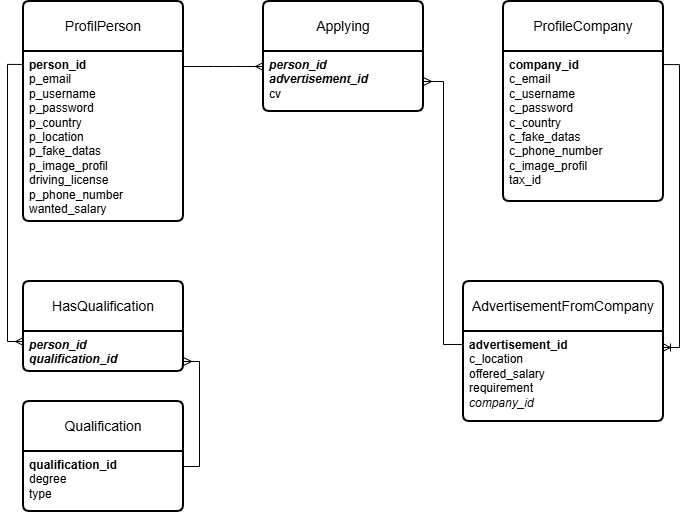
Earlier version of the draw.io export database/Relacios_modell.png (Frici73/project13). Source tidied: cells renumbered, new cells last; positions are measured from the earlier drawing's top-left corner, leaving out a move shared by most shapes.
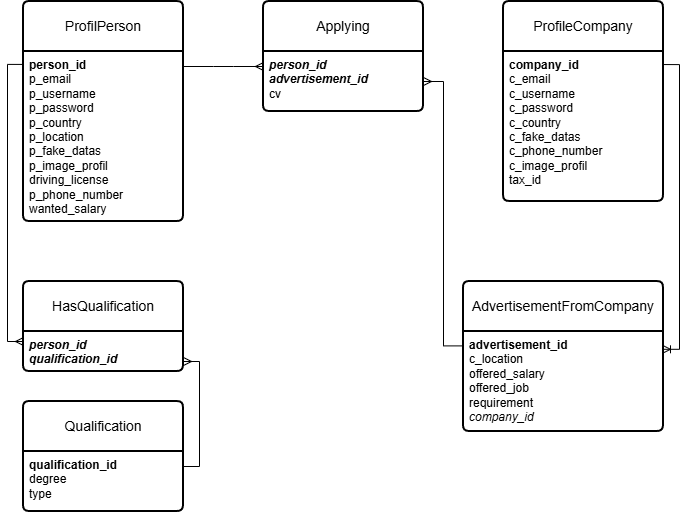
The same file after the commit.

The edit, as a diff of the source:
```diff
@@ -27,11 +27,11 @@
       <mxGeometry y="50" width="160" height="60" as="geometry" />
     </mxCell>
     <mxCell id="10" value="AdvertisementFromCompany" style="swimlane;horizontal=1;startSize=50;rounded=1;fontSize=14;fontStyle=0;strokeWidth=2;shadow=0;dashed=0;align=center;arcSize=4;whiteSpace=wrap;html=1;" parent="1" vertex="1">
-      <mxGeometry x="456" y="280" width="200" height="140" as="geometry" />
+      <mxGeometry x="456" y="280" width="200" height="150" as="geometry" />
     </mxCell>
-    <mxCell id="11" value="&lt;div&gt;&lt;b&gt;advertisement_id&lt;/b&gt;&lt;/div&gt;&lt;div&gt;&lt;span style=&quot;white-space: normal;&quot;&gt;c_location&lt;/span&gt;&lt;/div&gt;&lt;div&gt;offered_salary&lt;/div&gt;&lt;div&gt;requirement&lt;/div&gt;&lt;div&gt;&lt;span style=&quot;white-space: normal;&quot;&gt;&lt;i&gt;company_id&lt;/i&gt;&lt;/span&gt;&lt;/div&gt;" style="align=left;strokeColor=none;fillColor=none;spacingLeft=4;spacingRight=4;fontSize=12;verticalAlign=top;html=1;whiteSpace=wrap;" parent="10" vertex="1">
-      <mxGeometry y="50" width="200" height="90" as="geometry" />
-    </mxCell>
+    <mxCell id="19" value="&lt;div&gt;&lt;b&gt;advertisement_id&lt;/b&gt;&lt;/div&gt;&lt;div&gt;&lt;span style=&quot;white-space: normal;&quot;&gt;c_location&lt;/span&gt;&lt;/div&gt;&lt;div&gt;offered_salary&lt;/div&gt;&lt;div&gt;&lt;span style=&quot;font-size: 12px;&quot;&gt;offered_job&lt;/span&gt;&lt;/div&gt;&lt;div&gt;requirement&lt;/div&gt;&lt;div&gt;&lt;span style=&quot;white-space: normal;&quot;&gt;&lt;i&gt;company_id&lt;/i&gt;&lt;/span&gt;&lt;/div&gt;" style="align=left;strokeColor=none;fillColor=none;spacingLeft=4;spacingRight=4;fontSize=12;verticalAlign=top;html=1;whiteSpace=wrap;" parent="10" vertex="1">
+      <mxGeometry y="50" width="200" height="100" as="geometry" />
+    </mxCell>
     <mxCell id="12" value="HasQualification" style="swimlane;horizontal=1;startSize=50;rounded=1;fontSize=14;fontStyle=0;strokeWidth=2;shadow=0;dashed=0;align=center;arcSize=4;whiteSpace=wrap;html=1;" parent="1" vertex="1">
       <mxGeometry x="16" y="280" width="160" height="90" as="geometry" />
     </mxCell>
@@ -54,26 +54,26 @@
         </Array>
       </mxGeometry>
     </mxCell>
-    <mxCell id="16" style="edgeStyle=entityRelationEdgeStyle;fontSize=12;html=1;endArrow=ERmany;rounded=0;entryX=0;entryY=0.25;entryDx=0;entryDy=0;" parent="1" edge="1" target="5">
-      <mxGeometry relative="1" as="geometry">
-        <mxPoint x="176" y="65" as="sourcePoint" />
-      </mxGeometry>
-    </mxCell>
-    <mxCell id="17" style="edgeStyle=orthogonalEdgeStyle;fontSize=12;html=1;endArrow=ERmany;rounded=0;entryX=1;entryY=0.5;entryDx=0;entryDy=0;exitX=0;exitY=0.144;exitDx=0;exitDy=0;exitPerimeter=0;libavoidRouting=1;" parent="1" edge="1" source="11" target="5">
-      <mxGeometry relative="1" as="geometry">
-        <Array as="points">
-          <mxPoint x="436" y="343" />
-          <mxPoint x="436" y="80" />
-        </Array>
-      </mxGeometry>
-    </mxCell>
-    <mxCell id="18" style="edgeStyle=orthogonalEdgeStyle;fontSize=12;html=1;endArrow=ERoneToMany;rounded=0;exitX=1;exitY=0.087;exitDx=0;exitDy=0;exitPerimeter=0;libavoidRouting=1;entryX=0.995;entryY=0.178;entryDx=0;entryDy=0;entryPerimeter=0;" parent="1" edge="1" source="7" target="11">
-      <mxGeometry x="-0.01" relative="1" as="geometry">
-        <Array as="points">
-          <mxPoint x="672" y="63" />
-          <mxPoint x="672" y="346" />
-        </Array>
-      </mxGeometry>
-    </mxCell>
+    <mxCell id="20" style="edgeStyle=entityRelationEdgeStyle;fontSize=12;html=1;endArrow=ERmany;rounded=0;entryX=0;entryY=0.25;entryDx=0;entryDy=0;" parent="1" edge="1" target="5">
+      <mxGeometry relative="1" as="geometry">
+        <mxPoint x="176" y="65" as="sourcePoint" />
+      </mxGeometry>
+    </mxCell>
+    <mxCell id="21" style="edgeStyle=orthogonalEdgeStyle;fontSize=12;html=1;endArrow=ERmany;rounded=0;entryX=1;entryY=0.5;entryDx=0;entryDy=0;exitX=0;exitY=0.144;exitDx=0;exitDy=0;exitPerimeter=0;libavoidRouting=1;" parent="1" edge="1" source="19" target="5">
+      <mxGeometry relative="1" as="geometry">
+        <Array as="points">
+          <mxPoint x="436" y="344" />
+          <mxPoint x="436" y="80" />
+        </Array>
+      </mxGeometry>
+    </mxCell>
+    <mxCell id="22" style="edgeStyle=orthogonalEdgeStyle;fontSize=12;html=1;endArrow=ERoneToMany;rounded=0;exitX=1;exitY=0.087;exitDx=0;exitDy=0;exitPerimeter=0;libavoidRouting=1;entryX=0.995;entryY=0.178;entryDx=0;entryDy=0;entryPerimeter=0;" parent="1" edge="1" source="7" target="19">
+      <mxGeometry x="-0.01" relative="1" as="geometry">
+        <Array as="points">
+          <mxPoint x="672" y="63" />
+          <mxPoint x="672" y="348" />
+        </Array>
+      </mxGeometry>
+    </mxCell>
   </root>
 </mxGraphModel>
```
